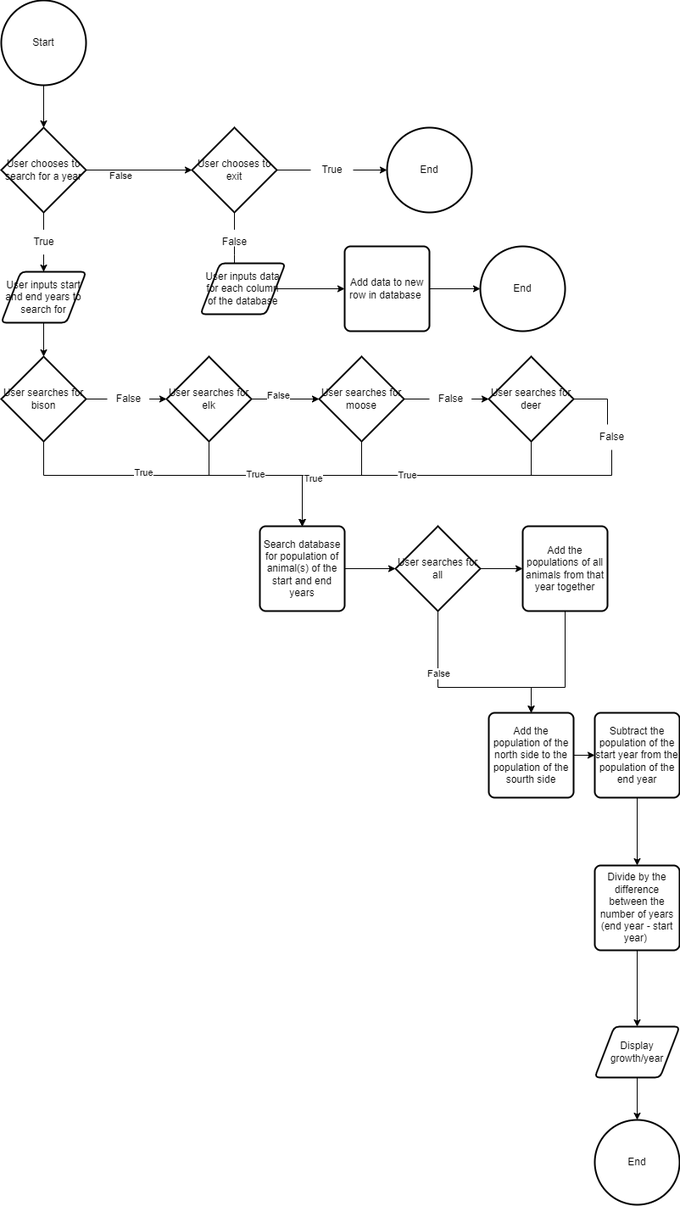
This is Large Mammal Population.drawio.png from mimimelonxxxx/CSE2130-Project, a draw.io export, as it was before one commit. Source tidied: cells renumbered, new cells last; positions are measured from the earlier drawing's top-left corner, leaving out a move shared by most shapes.
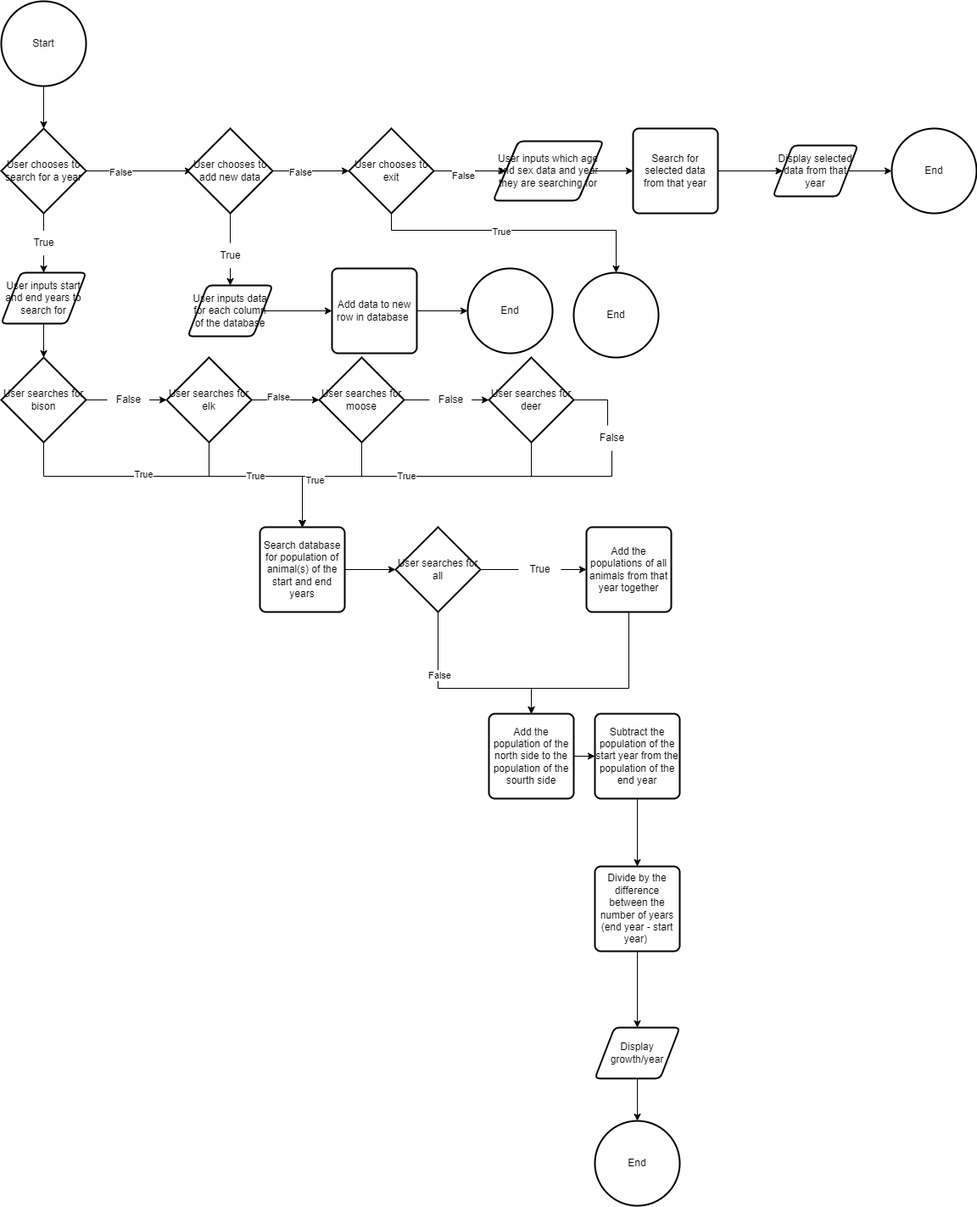
Later version of the same file.

What changed in the source:
```diff
@@ -8,12 +8,14 @@
     <mxCell id="3" value="Start" style="strokeWidth=2;html=1;shape=mxgraph.flowchart.start_2;whiteSpace=wrap;" parent="1" vertex="1">
       <mxGeometry width="100" height="100" as="geometry" />
     </mxCell>
-    <mxCell id="4" style="edgeStyle=orthogonalEdgeStyle;rounded=0;jettySize=auto;html=1;" parent="1" edge="1" source="7" target="10">
-      <mxGeometry relative="1" as="geometry" />
+    <mxCell id="4" style="edgeStyle=orthogonalEdgeStyle;rounded=0;jettySize=auto;html=1;" parent="1" edge="1" source="7">
+      <mxGeometry relative="1" as="geometry">
+        <mxPoint x="225" y="200" as="targetPoint" />
+      </mxGeometry>
     </mxCell>
     <mxCell id="5" value="False" style="edgeLabel;html=1;align=center;verticalAlign=middle;" parent="4" vertex="1">
       <mxGeometry x="-0.24" y="-3" relative="1" as="geometry">
-        <mxPoint x="-7" y="3" as="offset" />
+        <mxPoint x="-7" y="-3" as="offset" />
       </mxGeometry>
     </mxCell>
     <mxCell id="6" style="edgeStyle=orthogonalEdgeStyle;rounded=0;jettySize=auto;html=1;startArrow=none;" parent="1" edge="1" source="16" target="15">
@@ -22,24 +24,6 @@
     <mxCell id="7" value="User chooses to search for a year" style="strokeWidth=2;html=1;shape=mxgraph.flowchart.decision;whiteSpace=wrap;" parent="1" vertex="1">
       <mxGeometry y="150" width="100" height="100" as="geometry" />
     </mxCell>
-    <mxCell id="8" style="edgeStyle=orthogonalEdgeStyle;rounded=0;jettySize=auto;html=1;startArrow=none;" parent="1" edge="1" source="12" target="11">
-      <mxGeometry relative="1" as="geometry" />
-    </mxCell>
-    <mxCell id="9" style="edgeStyle=orthogonalEdgeStyle;rounded=0;jettySize=auto;html=1;startArrow=none;" parent="1" edge="1" source="63" target="58">
-      <mxGeometry relative="1" as="geometry" />
-    </mxCell>
-    <mxCell id="10" value="User chooses to exit" style="strokeWidth=2;html=1;shape=mxgraph.flowchart.decision;whiteSpace=wrap;" parent="1" vertex="1">
-      <mxGeometry x="225" y="150" width="100" height="100" as="geometry" />
-    </mxCell>
-    <mxCell id="11" value="End" style="strokeWidth=2;html=1;shape=mxgraph.flowchart.start_2;whiteSpace=wrap;" parent="1" vertex="1">
-      <mxGeometry x="455" y="150" width="100" height="100" as="geometry" />
-    </mxCell>
-    <mxCell id="12" value="True" style="text;html=1;align=center;verticalAlign=middle;points=[];strokeColor=none;fillColor=none;" parent="1" vertex="1">
-      <mxGeometry x="365" y="185" width="50" height="30" as="geometry" />
-    </mxCell>
-    <mxCell id="13" style="edgeStyle=orthogonalEdgeStyle;rounded=0;jettySize=auto;html=1;endArrow=none;" parent="1" edge="1" source="10" target="12">
-      <mxGeometry relative="1" as="geometry" />
-    </mxCell>
     <mxCell id="14" style="edgeStyle=orthogonalEdgeStyle;rounded=0;jettySize=auto;html=1;" parent="1" edge="1" source="15">
       <mxGeometry relative="1" as="geometry">
         <mxPoint x="50" y="420" as="targetPoint" />
@@ -172,7 +156,7 @@
     <mxCell id="45" value="False" style="edgeLabel;html=1;align=center;verticalAlign=middle;" parent="44" vertex="1">
       <mxGeometry x="-0.36" relative="1" as="geometry" />
     </mxCell>
-    <mxCell id="46" style="edgeStyle=orthogonalEdgeStyle;rounded=0;jettySize=auto;html=1;" parent="1" edge="1" source="47" target="49">
+    <mxCell id="46" style="edgeStyle=orthogonalEdgeStyle;rounded=0;jettySize=auto;html=1;startArrow=none;" parent="1" edge="1" source="76" target="49">
       <mxGeometry relative="1" as="geometry" />
     </mxCell>
     <mxCell id="47" value="User searches for all" style="strokeWidth=2;html=1;shape=mxgraph.flowchart.decision;whiteSpace=wrap;" parent="1" vertex="1">
@@ -181,13 +165,13 @@
     <mxCell id="48" style="edgeStyle=orthogonalEdgeStyle;rounded=0;jettySize=auto;html=1;entryX=0.5;entryY=0;entryDx=0;entryDy=0;" parent="1" edge="1" source="49" target="43">
       <mxGeometry relative="1" as="geometry">
         <Array as="points">
-          <mxPoint x="665" y="810" />
+          <mxPoint x="740" y="810" />
           <mxPoint x="625" y="810" />
         </Array>
       </mxGeometry>
     </mxCell>
     <mxCell id="49" value="Add the populations of all animals from that year together" style="rounded=1;whiteSpace=wrap;html=1;absoluteArcSize=1;arcSize=14;strokeWidth=2;" parent="1" vertex="1">
-      <mxGeometry x="615" y="620" width="100" height="100" as="geometry" />
+      <mxGeometry x="690" y="620" width="100" height="100" as="geometry" />
     </mxCell>
     <mxCell id="50" style="edgeStyle=orthogonalEdgeStyle;rounded=0;jettySize=auto;html=1;" parent="1" edge="1" source="51" target="53">
       <mxGeometry relative="1" as="geometry" />
@@ -214,36 +198,106 @@
       <mxGeometry relative="1" as="geometry" />
     </mxCell>
     <mxCell id="58" value="User inputs data for each column of the database" style="shape=parallelogram;html=1;strokeWidth=2;perimeter=parallelogramPerimeter;whiteSpace=wrap;rounded=1;arcSize=12;size=0.23;" parent="1" vertex="1">
-      <mxGeometry x="235" y="310" width="100" height="60" as="geometry" />
+      <mxGeometry x="220" y="335" width="100" height="60" as="geometry" />
     </mxCell>
-    <mxCell id="59" style="edgeStyle=orthogonalEdgeStyle;rounded=0;jettySize=auto;html=1;endArrow=none;startArrow=none;" parent="1" edge="1" source="63">
-      <mxGeometry relative="1" as="geometry">
-        <mxPoint x="275" y="290" as="targetPoint" />
-        <Array as="points">
-          <mxPoint x="275" y="280" />
-          <mxPoint x="275" y="280" />
-        </Array>
-      </mxGeometry>
-    </mxCell>
     <mxCell id="60" style="edgeStyle=orthogonalEdgeStyle;rounded=0;jettySize=auto;html=1;" parent="1" edge="1" source="61" target="62">
       <mxGeometry relative="1" as="geometry">
         <Array as="points">
-          <mxPoint x="605" y="340" />
-          <mxPoint x="605" y="340" />
+          <mxPoint x="590" y="365" />
+          <mxPoint x="590" y="365" />
         </Array>
       </mxGeometry>
     </mxCell>
     <mxCell id="61" value="Add data to new row in database&amp;nbsp;" style="rounded=1;whiteSpace=wrap;html=1;absoluteArcSize=1;arcSize=14;strokeWidth=2;" parent="1" vertex="1">
-      <mxGeometry x="405" y="290" width="100" height="100" as="geometry" />
+      <mxGeometry x="390" y="315" width="100" height="100" as="geometry" />
     </mxCell>
     <mxCell id="62" value="End" style="strokeWidth=2;html=1;shape=mxgraph.flowchart.start_2;whiteSpace=wrap;" parent="1" vertex="1">
-      <mxGeometry x="565" y="290" width="100" height="100" as="geometry" />
+      <mxGeometry x="550" y="315" width="100" height="100" as="geometry" />
     </mxCell>
-    <mxCell id="63" value="False" style="text;html=1;align=center;verticalAlign=middle;points=[];strokeColor=none;fillColor=none;" parent="1" vertex="1">
-      <mxGeometry x="250" y="270" width="50" height="30" as="geometry" />
-    </mxCell>
-    <mxCell id="64" style="edgeStyle=orthogonalEdgeStyle;rounded=0;jettySize=auto;html=1;endArrow=none;" parent="1" edge="1" source="10" target="63">
-      <mxGeometry relative="1" as="geometry" />
-    </mxCell>
+    <mxCell id="65" style="edgeStyle=orthogonalEdgeStyle;rounded=0;jettySize=auto;html=1;startArrow=none;" parent="1" edge="1" source="69" target="58">
+      <mxGeometry relative="1" as="geometry" />
+    </mxCell>
+    <mxCell id="66" style="edgeStyle=orthogonalEdgeStyle;rounded=0;jettySize=auto;html=1;" parent="1" edge="1" source="68" target="10">
+      <mxGeometry relative="1" as="geometry">
+        <Array as="points">
+          <mxPoint x="360" y="200" />
+          <mxPoint x="360" y="200" />
+        </Array>
+      </mxGeometry>
+    </mxCell>
+    <mxCell id="67" value="False" style="edgeLabel;html=1;align=center;verticalAlign=middle;" parent="66" vertex="1">
+      <mxGeometry x="-0.28" y="5" relative="1" as="geometry">
+        <mxPoint x="-2" y="5" as="offset" />
+      </mxGeometry>
+    </mxCell>
+    <mxCell id="68" value="User chooses to add new data" style="strokeWidth=2;html=1;shape=mxgraph.flowchart.decision;whiteSpace=wrap;" parent="1" vertex="1">
+      <mxGeometry x="220" y="150" width="100" height="100" as="geometry" />
+    </mxCell>
+    <mxCell id="69" value="True" style="text;html=1;align=center;verticalAlign=middle;points=[];strokeColor=none;fillColor=none;" parent="1" vertex="1">
+      <mxGeometry x="245" y="285" width="50" height="30" as="geometry" />
+    </mxCell>
+    <mxCell id="70" style="edgeStyle=orthogonalEdgeStyle;rounded=0;jettySize=auto;html=1;endArrow=none;" parent="1" edge="1" source="68" target="69">
+      <mxGeometry relative="1" as="geometry" />
+    </mxCell>
+    <mxCell id="71" style="edgeStyle=orthogonalEdgeStyle;rounded=0;jettySize=auto;html=1;entryX=0.5;entryY=0;entryDx=0;entryDy=0;entryPerimeter=0;" parent="1" edge="1" source="10" target="75">
+      <mxGeometry relative="1" as="geometry">
+        <Array as="points">
+          <mxPoint x="460" y="270" />
+          <mxPoint x="725" y="270" />
+        </Array>
+      </mxGeometry>
+    </mxCell>
+    <mxCell id="72" value="True" style="edgeLabel;html=1;align=center;verticalAlign=middle;" parent="71" vertex="1">
+      <mxGeometry x="-0.36" y="-8" relative="1" as="geometry">
+        <mxPoint x="42" y="-8" as="offset" />
+      </mxGeometry>
+    </mxCell>
+    <mxCell id="73" style="edgeStyle=orthogonalEdgeStyle;rounded=0;jettySize=auto;html=1;" parent="1" edge="1" source="10" target="79">
+      <mxGeometry relative="1" as="geometry" />
+    </mxCell>
+    <mxCell id="74" value="False" style="edgeLabel;html=1;align=center;verticalAlign=middle;" parent="73" vertex="1">
+      <mxGeometry x="-0.22" y="-4" relative="1" as="geometry" />
+    </mxCell>
+    <mxCell id="10" value="User chooses to exit" style="strokeWidth=2;html=1;shape=mxgraph.flowchart.decision;whiteSpace=wrap;" parent="1" vertex="1">
+      <mxGeometry x="410" y="150" width="100" height="100" as="geometry" />
+    </mxCell>
+    <mxCell id="75" value="End" style="strokeWidth=2;html=1;shape=mxgraph.flowchart.start_2;whiteSpace=wrap;" parent="1" vertex="1">
+      <mxGeometry x="675" y="320" width="100" height="100" as="geometry" />
+    </mxCell>
+    <mxCell id="76" value="True" style="text;html=1;align=center;verticalAlign=middle;points=[];strokeColor=none;fillColor=none;" parent="1" vertex="1">
+      <mxGeometry x="610" y="655" width="50" height="30" as="geometry" />
+    </mxCell>
+    <mxCell id="77" style="edgeStyle=orthogonalEdgeStyle;rounded=0;jettySize=auto;html=1;endArrow=none;" parent="1" edge="1" source="47" target="76">
+      <mxGeometry relative="1" as="geometry">
+        <Array as="points">
+          <mxPoint x="550" y="680" />
+          <mxPoint x="550" y="680" />
+        </Array>
+      </mxGeometry>
+    </mxCell>
+    <mxCell id="78" style="edgeStyle=orthogonalEdgeStyle;rounded=0;jettySize=auto;html=1;" parent="1" edge="1" source="79" target="81">
+      <mxGeometry relative="1" as="geometry" />
+    </mxCell>
+    <mxCell id="79" value="User inputs which age and sex data and year they are searching for" style="shape=parallelogram;html=1;strokeWidth=2;perimeter=parallelogramPerimeter;whiteSpace=wrap;rounded=1;arcSize=12;size=0.23;" parent="1" vertex="1">
+      <mxGeometry x="580" y="165" width="130" height="70" as="geometry" />
+    </mxCell>
+    <mxCell id="80" style="edgeStyle=orthogonalEdgeStyle;rounded=0;jettySize=auto;html=1;" parent="1" edge="1" source="81" target="83">
+      <mxGeometry relative="1" as="geometry" />
+    </mxCell>
+    <mxCell id="81" value="Search for selected data from that year" style="rounded=1;whiteSpace=wrap;html=1;absoluteArcSize=1;arcSize=14;strokeWidth=2;" parent="1" vertex="1">
+      <mxGeometry x="745" y="150" width="100" height="100" as="geometry" />
+    </mxCell>
+    <mxCell id="82" style="edgeStyle=orthogonalEdgeStyle;rounded=0;jettySize=auto;html=1;" parent="1" edge="1" source="83" target="84">
+      <mxGeometry relative="1" as="geometry" />
+    </mxCell>
+    <mxCell id="83" value="Display selected data from that year" style="shape=parallelogram;html=1;strokeWidth=2;perimeter=parallelogramPerimeter;whiteSpace=wrap;rounded=1;arcSize=12;size=0.23;" parent="1" vertex="1">
+      <mxGeometry x="910" y="170" width="100" height="60" as="geometry" />
+    </mxCell>
+    <mxCell id="84" value="End" style="strokeWidth=2;html=1;shape=mxgraph.flowchart.start_2;whiteSpace=wrap;" parent="1" vertex="1">
+      <mxGeometry x="1050" y="150" width="100" height="100" as="geometry" />
+    </mxCell>
+    <mxCell id="85" style="edgeStyle=orthogonalEdgeStyle;rounded=0;orthogonalLoop=1;jettySize=auto;html=1;exitX=0.5;exitY=1;exitDx=0;exitDy=0;" parent="1" edge="1" source="83" target="83">
+      <mxGeometry relative="1" as="geometry" />
+    </mxCell>
   </root>
 </mxGraphModel>
```
